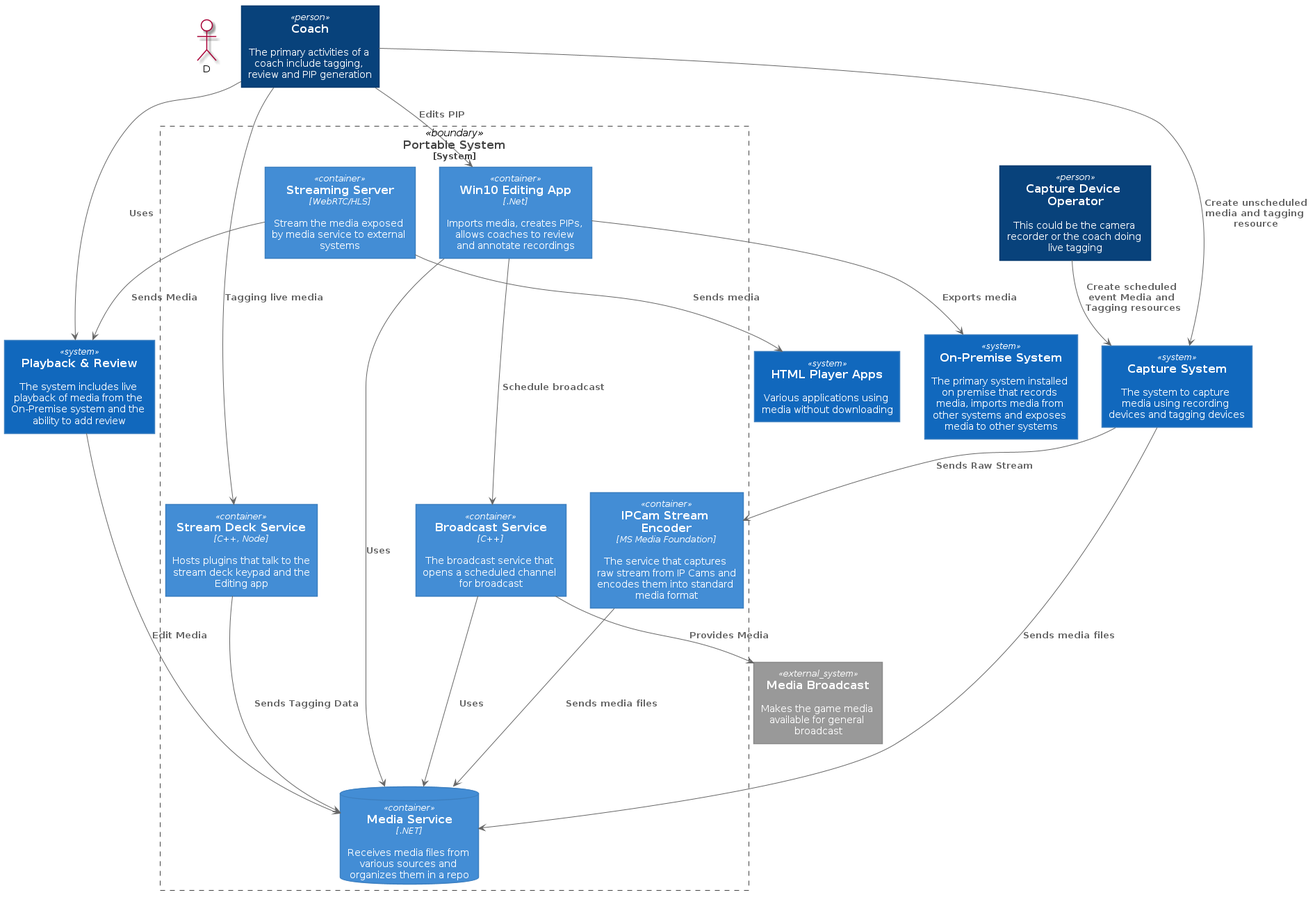
Above: out/portable/portable.png in manish-drake/sportspiparch (PlantUML), before the change. Its diagram source:
```plantuml
@startuml portable
!includeurl https://raw.githubusercontent.com/RicardoNiepel/C4-PlantUML/master/C4_Component.puml

LAYOUT_TOP_DOWN
#LAYOUT_WITH_LEGEND
Person(coach, "Coach", "The primary activities of a coach include tagging, review and PIP generation")
Person(capUser, "Capture Device Operator", "This could be the camera recorder or the coach doing live tagging")
System(captureSystem, "Capture System", "The system to capture media using recording devices and tagging devices")
Rel(capUser, captureSystem, "Create scheduled event Media and Tagging resources")
Rel(coach, captureSystem, "Create unscheduled media and tagging resource")
System_Boundary(portable, "Portable System"){
    Container(enc, "IPCam Stream Encoder", "MS Media Foundation", "The service that captures raw stream from IP Cams and encodes them into standard media format")
    ContainerDb(media, "Media Service", ".NET", "Receives media files from various sources and organizes them in a repo")
    Container(edit, "Win10 Editing App", ".Net", "Imports media, creates PIPs, allows coaches to review and annotate recordings")
    Container(streamDeck, "Stream Deck Service", "C++, Node", "Hosts plugins that talk to the stream deck keypad and the Editing app")
    Container(broadcast, "Broadcast Service", "C++", "The broadcast service that opens a scheduled channel for broadcast")
    Container(webrtc, "Streaming Server", "WebRTC/HLS", "Stream the media exposed by media service to external systems")

}
System(review, "Playback & Review", "The system includes live playback of media from the On-Premise system and the ability to add review")

System(html, "HTML Player Apps", "Various applications using media without downloading")
Rel(webrtc, html, "Sends media")
Rel(coach, edit, "Edits PIP")
Rel(webrtc, review, "Sends Media")
Rel(coach, review, "Uses")
Rel(review, media, "Edit Media")

Rel(captureSystem, enc, "Sends Raw Stream")
Rel(captureSystem, media, "Sends media files")
Rel(enc, media, "Sends media files")
Rel(edit, media, "Uses")
Rel(streamDeck, media, "Sends Tagging Data")
Rel(coach, streamDeck, "Tagging live media")



System(root, "On-Premise System", "The primary system installed on premise that records media, imports media from other systems and exposes media to other systems")
Rel(edit, root, "Exports media")

System_Ext(mediaBroadcast, "Media Broadcast", "Makes the game media available for general broadcast")
Rel(edit, broadcast, "Schedule broadcast")
Rel(broadcast, media, "Uses")
Rel(broadcast, mediaBroadcast, "Provides Media")


@enduml
```
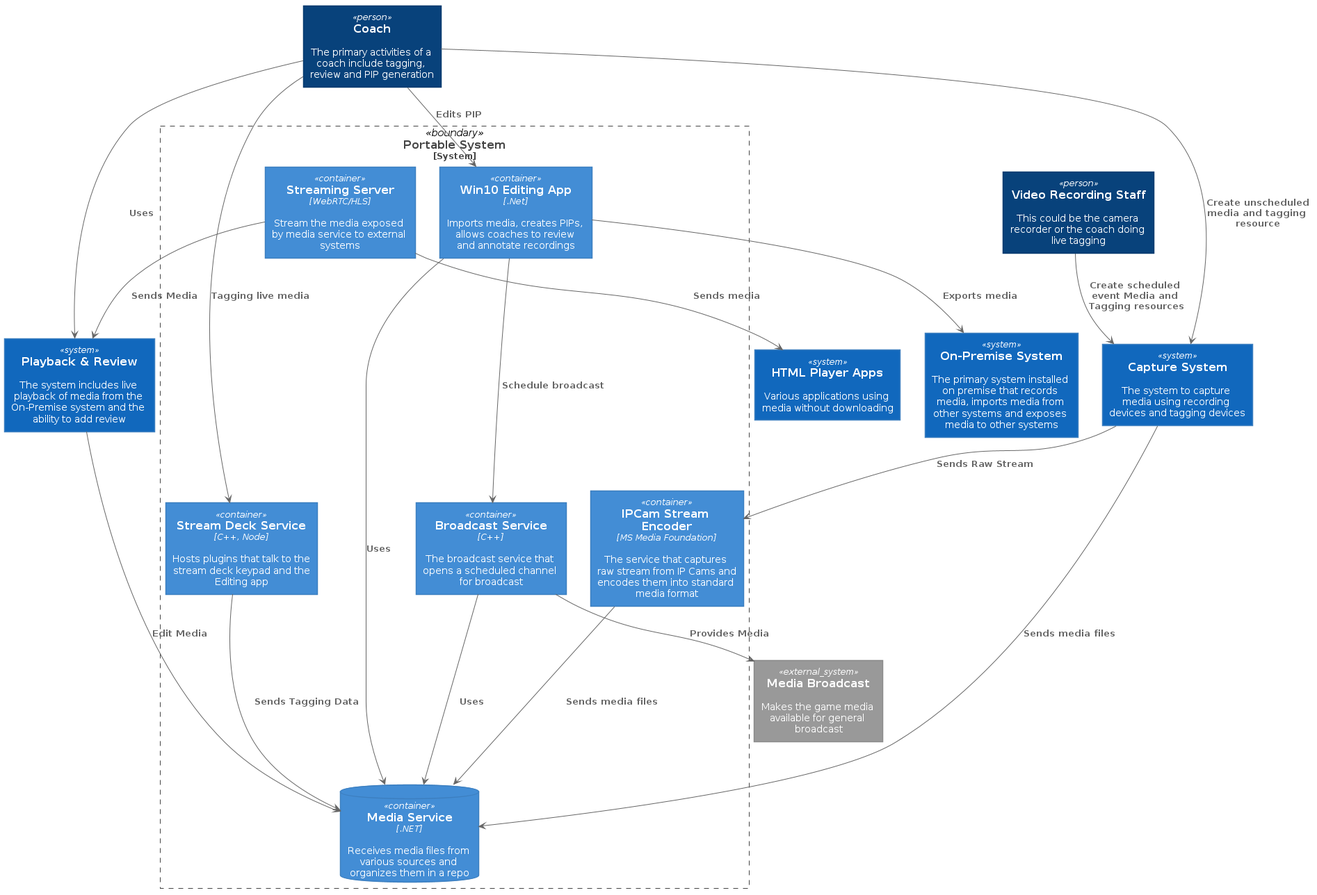
The same file after the commit.

Diff of the diagram source:
```diff
@@ -1,10 +1,9 @@
 @startuml portable
-!includeurl https://raw.githubusercontent.com/RicardoNiepel/C4-PlantUML/master/C4_Component.puml
+!include C4_Component.puml
 
-LAYOUT_TOP_DOWN
-#LAYOUT_WITH_LEGEND
+
 Person(coach, "Coach", "The primary activities of a coach include tagging, review and PIP generation")
-Person(capUser, "Capture Device Operator", "This could be the camera recorder or the coach doing live tagging")
+Person(capUser, "Video Recording Staff", "This could be the camera recorder or the coach doing live tagging")
 System(captureSystem, "Capture System", "The system to capture media using recording devices and tagging devices")
 Rel(capUser, captureSystem, "Create scheduled event Media and Tagging resources")
 Rel(coach, captureSystem, "Create unscheduled media and tagging resource")
@@ -15,7 +14,6 @@
     Container(streamDeck, "Stream Deck Service", "C++, Node", "Hosts plugins that talk to the stream deck keypad and the Editing app")
     Container(broadcast, "Broadcast Service", "C++", "The broadcast service that opens a scheduled channel for broadcast")
     Container(webrtc, "Streaming Server", "WebRTC/HLS", "Stream the media exposed by media service to external systems")
-
 }
 System(review, "Playback & Review", "The system includes live playback of media from the On-Premise system and the ability to add review")
 
@@ -25,7 +23,6 @@
 Rel(webrtc, review, "Sends Media")
 Rel(coach, review, "Uses")
 Rel(review, media, "Edit Media")
-
 Rel(captureSystem, enc, "Sends Raw Stream")
 Rel(captureSystem, media, "Sends media files")
 Rel(enc, media, "Sends media files")
```
